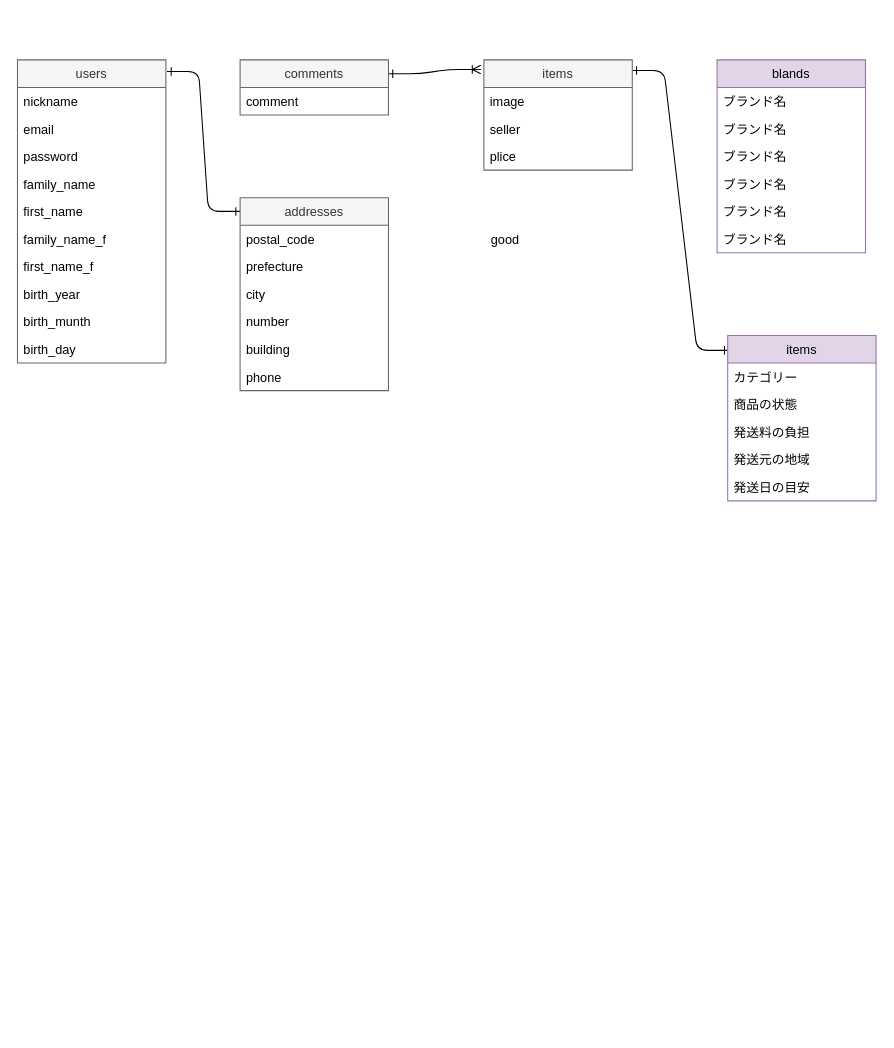
The draw.io diagram er.drawio in airi0623/furima-29182, before the edit. Source tidied: cells renumbered, new cells numbered last; positions are measured from the earlier drawing's top-left corner, leaving out a move shared by most shapes. Both pictures are drawn from the tidied source at 106%, with x=0, y=0 at pixel (17, 59).
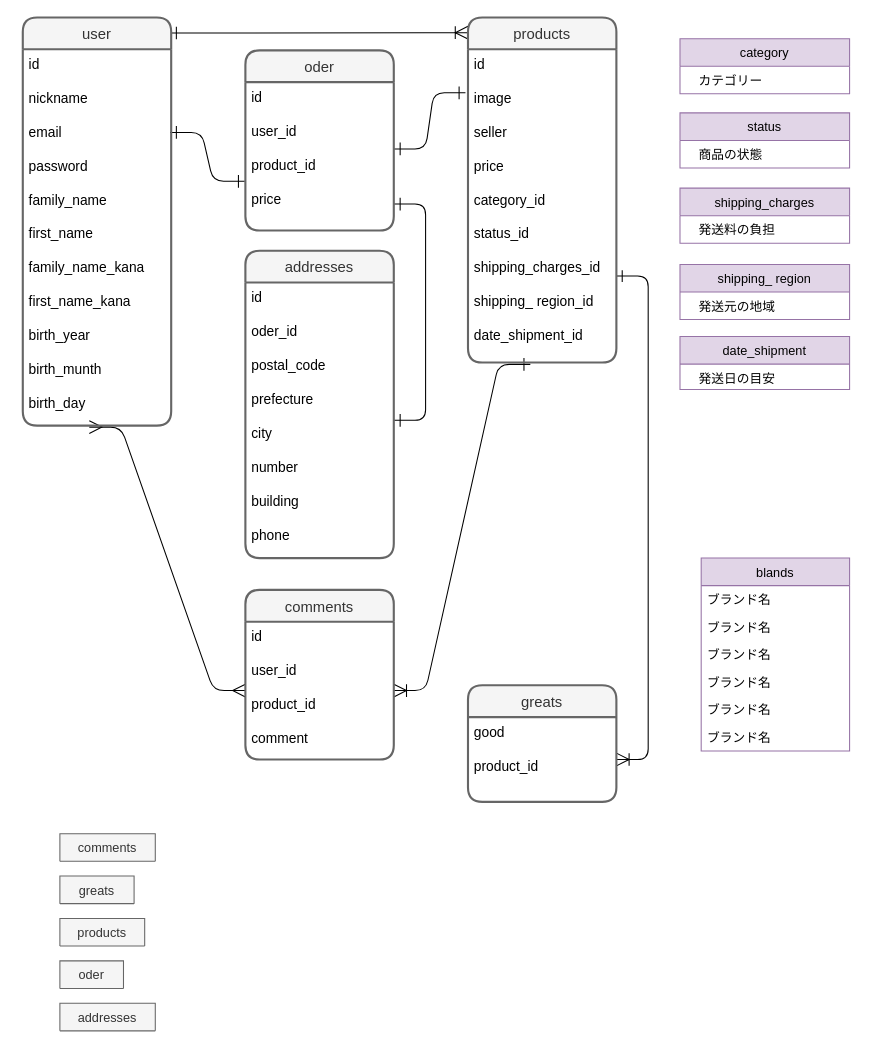
The same page after the edit.

The edit, as a diff of the source:
```diff
@@
-    <mxCell id="2" value="good" style="text;strokeColor=none;fillColor=none;align=left;verticalAlign=top;spacingLeft=4;spacingRight=4;overflow=hidden;" parent="1" vertex="1">
-      <mxGeometry x="441" y="156" width="140" height="26" as="geometry" />
-    </mxCell>
-    <mxCell id="3" style="edgeStyle=entityRelationEdgeStyle;fontSize=12;html=1;endArrow=ERone;startArrow=ERone;startFill=0;exitX=1.007;exitY=0.038;exitDx=0;exitDy=0;exitPerimeter=0;entryX=0;entryY=0.071;entryDx=0;entryDy=0;entryPerimeter=0;endFill=0;" parent="1" edge="1" source="6" target="23">
-      <mxGeometry relative="1" as="geometry" />
-    </mxCell>
-    <mxCell id="4" style="edgeStyle=entityRelationEdgeStyle;fontSize=12;html=1;endArrow=ERone;startArrow=ERone;startFill=0;exitX=1.007;exitY=0.038;exitDx=0;exitDy=0;exitPerimeter=0;endFill=0;entryX=0.007;entryY=0.09;entryDx=0;entryDy=0;entryPerimeter=0;" parent="1" edge="1" target="37">
-      <mxGeometry relative="1" as="geometry">
-        <mxPoint x="580" y="10" as="sourcePoint" />
-      </mxGeometry>
-    </mxCell>
-    <mxCell id="5" style="edgeStyle=entityRelationEdgeStyle;fontSize=12;html=1;endArrow=ERoneToMany;startArrow=ERone;startFill=0;exitX=1;exitY=0.25;exitDx=0;exitDy=0;endFill=0;entryX=-0.021;entryY=0.087;entryDx=0;entryDy=0;entryPerimeter=0;" parent="1" edge="1" source="17" target="19">
-      <mxGeometry relative="1" as="geometry" />
-    </mxCell>
-    <mxCell id="6" value="users" style="swimlane;fontStyle=0;horizontal=1;startSize=26;fillColor=#f5f5f5;strokeColor=#666666;fontColor=#333333;" parent="1" vertex="1">
-      <mxGeometry width="140" height="286" as="geometry" />
-    </mxCell>
-    <mxCell id="7" value="nickname" style="text;strokeColor=none;fillColor=none;align=left;verticalAlign=top;spacingLeft=4;spacingRight=4;overflow=hidden;" parent="6" vertex="1">
-      <mxGeometry y="26" width="140" height="26" as="geometry" />
-    </mxCell>
-    <mxCell id="8" value="email" style="text;strokeColor=none;fillColor=none;align=left;verticalAlign=top;spacingLeft=4;spacingRight=4;overflow=hidden;" parent="6" vertex="1">
-      <mxGeometry y="52" width="140" height="26" as="geometry" />
-    </mxCell>
-    <mxCell id="9" value="password" style="text;strokeColor=none;fillColor=none;align=left;verticalAlign=top;spacingLeft=4;spacingRight=4;overflow=hidden;" parent="6" vertex="1">
-      <mxGeometry y="78" width="140" height="26" as="geometry" />
-    </mxCell>
-    <mxCell id="10" value="family_name" style="text;strokeColor=none;fillColor=none;align=left;verticalAlign=top;spacingLeft=4;spacingRight=4;overflow=hidden;" parent="6" vertex="1">
-      <mxGeometry y="104" width="140" height="26" as="geometry" />
-    </mxCell>
-    <mxCell id="11" value="first_name" style="text;strokeColor=none;fillColor=none;align=left;verticalAlign=top;spacingLeft=4;spacingRight=4;overflow=hidden;" parent="6" vertex="1">
-      <mxGeometry y="130" width="140" height="26" as="geometry" />
-    </mxCell>
-    <mxCell id="12" value="family_name_f" style="text;strokeColor=none;fillColor=none;align=left;verticalAlign=top;spacingLeft=4;spacingRight=4;overflow=hidden;" parent="6" vertex="1">
-      <mxGeometry y="156" width="140" height="26" as="geometry" />
-    </mxCell>
-    <mxCell id="13" value="first_name_f" style="text;strokeColor=none;fillColor=none;align=left;verticalAlign=top;spacingLeft=4;spacingRight=4;overflow=hidden;" parent="6" vertex="1">
-      <mxGeometry y="182" width="140" height="26" as="geometry" />
-    </mxCell>
-    <mxCell id="14" value="birth_year" style="text;strokeColor=none;fillColor=none;align=left;verticalAlign=top;spacingLeft=4;spacingRight=4;overflow=hidden;" parent="6" vertex="1">
-      <mxGeometry y="208" width="140" height="26" as="geometry" />
-    </mxCell>
-    <mxCell id="15" value="birth_munth " style="text;strokeColor=none;fillColor=none;align=left;verticalAlign=top;spacingLeft=4;spacingRight=4;overflow=hidden;" parent="6" vertex="1">
-      <mxGeometry y="234" width="140" height="26" as="geometry" />
-    </mxCell>
-    <mxCell id="16" value="birth_day" style="text;strokeColor=none;fillColor=none;align=left;verticalAlign=top;spacingLeft=4;spacingRight=4;overflow=hidden;" parent="6" vertex="1">
-      <mxGeometry y="260" width="140" height="26" as="geometry" />
-    </mxCell>
-    <mxCell id="17" value="comments" style="swimlane;fontStyle=0;horizontal=1;startSize=26;fillColor=#f5f5f5;strokeColor=#666666;fontColor=#333333;" parent="1" vertex="1">
-      <mxGeometry x="210" width="140" height="52" as="geometry" />
-    </mxCell>
-    <mxCell id="18" value="comment" style="text;strokeColor=none;fillColor=none;align=left;verticalAlign=top;spacingLeft=4;spacingRight=4;overflow=hidden;" parent="17" vertex="1">
-      <mxGeometry y="26" width="140" height="26" as="geometry" />
-    </mxCell>
-    <mxCell id="19" value="items" style="swimlane;fontStyle=0;horizontal=1;startSize=26;fillColor=#f5f5f5;strokeColor=#666666;fontColor=#333333;" parent="1" vertex="1">
-      <mxGeometry x="440" width="140" height="104" as="geometry" />
-    </mxCell>
-    <mxCell id="20" value="image" style="text;strokeColor=none;fillColor=none;align=left;verticalAlign=top;spacingLeft=4;spacingRight=4;overflow=hidden;" parent="19" vertex="1">
-      <mxGeometry y="26" width="140" height="26" as="geometry" />
-    </mxCell>
-    <mxCell id="21" value="seller" style="text;strokeColor=none;fillColor=none;align=left;verticalAlign=top;spacingLeft=4;spacingRight=4;overflow=hidden;" parent="19" vertex="1">
-      <mxGeometry y="52" width="140" height="26" as="geometry" />
-    </mxCell>
-    <mxCell id="22" value="plice&#10;" style="text;strokeColor=none;fillColor=none;align=left;verticalAlign=top;spacingLeft=4;spacingRight=4;overflow=hidden;" parent="19" vertex="1">
-      <mxGeometry y="78" width="140" height="26" as="geometry" />
-    </mxCell>
-    <mxCell id="23" value="addresses" style="swimlane;fontStyle=0;horizontal=1;startSize=26;fillColor=#f5f5f5;strokeColor=#666666;fontColor=#333333;" parent="1" vertex="1">
-      <mxGeometry x="210" y="130" width="140" height="182" as="geometry" />
-    </mxCell>
-    <mxCell id="24" value="postal_code" style="text;strokeColor=none;fillColor=none;align=left;verticalAlign=top;spacingLeft=4;spacingRight=4;overflow=hidden;" parent="23" vertex="1">
-      <mxGeometry y="26" width="140" height="26" as="geometry" />
-    </mxCell>
-    <mxCell id="25" value="prefecture" style="text;strokeColor=none;fillColor=none;align=left;verticalAlign=top;spacingLeft=4;spacingRight=4;overflow=hidden;" parent="23" vertex="1">
-      <mxGeometry y="52" width="140" height="26" as="geometry" />
-    </mxCell>
-    <mxCell id="26" value="city" style="text;strokeColor=none;fillColor=none;align=left;verticalAlign=top;spacingLeft=4;spacingRight=4;overflow=hidden;" parent="23" vertex="1">
-      <mxGeometry y="78" width="140" height="26" as="geometry" />
-    </mxCell>
-    <mxCell id="27" value="number" style="text;strokeColor=none;fillColor=none;align=left;verticalAlign=top;spacingLeft=4;spacingRight=4;overflow=hidden;" parent="23" vertex="1">
-      <mxGeometry y="104" width="140" height="26" as="geometry" />
-    </mxCell>
-    <mxCell id="28" value="building" style="text;strokeColor=none;fillColor=none;align=left;verticalAlign=top;spacingLeft=4;spacingRight=4;overflow=hidden;" parent="23" vertex="1">
-      <mxGeometry y="130" width="140" height="26" as="geometry" />
-    </mxCell>
-    <mxCell id="29" value="phone" style="text;strokeColor=none;fillColor=none;align=left;verticalAlign=top;spacingLeft=4;spacingRight=4;overflow=hidden;" parent="23" vertex="1">
-      <mxGeometry y="156" width="140" height="26" as="geometry" />
-    </mxCell>
+    <mxCell id="43" style="edgeStyle=entityRelationEdgeStyle;fontSize=12;html=1;endArrow=ERone;startArrow=ERone;startFill=0;endFill=0;entryX=-0.004;entryY=0.668;entryDx=0;entryDy=0;exitX=0.992;exitY=0.221;exitDx=0;exitDy=0;exitPerimeter=0;entryPerimeter=0;endSize=10;startSize=10;" parent="1" edge="1" source="56" target="62">
+      <mxGeometry relative="1" as="geometry" />
+    </mxCell>
+    <mxCell id="44" style="edgeStyle=entityRelationEdgeStyle;fontSize=12;html=1;endArrow=ERone;startArrow=ERone;startFill=0;exitX=1;exitY=0.5;exitDx=0;exitDy=0;endFill=0;endSize=10;startSize=10;" parent="1" edge="1" target="65">
+      <mxGeometry relative="1" as="geometry">
+        <mxPoint x="355" y="136" as="sourcePoint" />
+      </mxGeometry>
+    </mxCell>
+    <mxCell id="45" style="edgeStyle=entityRelationEdgeStyle;fontSize=12;html=1;endArrow=ERone;startArrow=ERone;startFill=0;entryX=-0.017;entryY=0.139;entryDx=0;entryDy=0;endFill=0;endSize=10;startSize=10;entryPerimeter=0;" parent="1" edge="1" target="60">
+      <mxGeometry relative="1" as="geometry">
+        <mxPoint x="355" y="84" as="sourcePoint" />
+      </mxGeometry>
+    </mxCell>
+    <mxCell id="37" value="category" style="swimlane;fontStyle=0;horizontal=1;startSize=26;fillColor=#e1d5e7;strokeColor=#9673a6;" parent="1" vertex="1">
+      <mxGeometry x="625" y="-20" width="160" height="52" as="geometry" />
+    </mxCell>
+    <mxCell id="39" value="　カテゴリー" style="text;strokeColor=none;fillColor=none;align=left;verticalAlign=top;spacingLeft=4;spacingRight=4;overflow=hidden;" parent="37" vertex="1">
+      <mxGeometry y="26" width="160" height="26" as="geometry" />
+    </mxCell>
+    <mxCell id="46" style="edgeStyle=entityRelationEdgeStyle;fontSize=12;html=1;endArrow=ERoneToMany;startArrow=ERone;exitX=0.992;exitY=0.038;exitDx=0;exitDy=0;startFill=0;exitPerimeter=0;entryX=0;entryY=0.044;entryDx=0;entryDy=0;entryPerimeter=0;endSize=10;startSize=10;" parent="1" edge="1" source="55" target="58">
+      <mxGeometry relative="1" as="geometry" />
+    </mxCell>
+    <mxCell id="47" style="edgeStyle=entityRelationEdgeStyle;fontSize=12;html=1;endArrow=ERone;startArrow=ERoneToMany;startFill=0;endFill=0;exitX=1;exitY=0.5;exitDx=0;exitDy=0;entryX=0.42;entryY=1.006;entryDx=0;entryDy=0;entryPerimeter=0;endSize=10;startSize=10;" parent="1" edge="1" source="68" target="60">
+      <mxGeometry relative="1" as="geometry" />
+    </mxCell>
     <mxCell id="30" value="blands" style="swimlane;fontStyle=0;horizontal=1;startSize=26;fillColor=#e1d5e7;strokeColor=#9673a6;" parent="1" vertex="1">
-      <mxGeometry x="660" width="140" height="182" as="geometry" />
+      <mxGeometry x="645" y="470" width="140" height="182" as="geometry" />
     </mxCell>
@@
-    <mxCell id="37" value="items" style="swimlane;fontStyle=0;horizontal=1;startSize=26;fillColor=#e1d5e7;strokeColor=#9673a6;" parent="1" vertex="1">
-      <mxGeometry x="670" y="260" width="140" height="156" as="geometry" />
-    </mxCell>
-    <mxCell id="38" value="カテゴリー" style="text;strokeColor=none;fillColor=none;align=left;verticalAlign=top;spacingLeft=4;spacingRight=4;overflow=hidden;" parent="37" vertex="1">
-      <mxGeometry y="26" width="140" height="26" as="geometry" />
-    </mxCell>
-    <mxCell id="39" value="商品の状態" style="text;strokeColor=none;fillColor=none;align=left;verticalAlign=top;spacingLeft=4;spacingRight=4;overflow=hidden;" parent="37" vertex="1">
-      <mxGeometry y="52" width="140" height="26" as="geometry" />
-    </mxCell>
+    <mxCell id="48" style="edgeStyle=entityRelationEdgeStyle;fontSize=12;html=1;endArrow=ERmany;startArrow=ERmany;startFill=0;endFill=0;entryX=0;entryY=0.5;entryDx=0;entryDy=0;exitX=0.448;exitY=1.004;exitDx=0;exitDy=0;exitPerimeter=0;endSize=10;startSize=10;" parent="1" edge="1" source="56" target="68">
+      <mxGeometry relative="1" as="geometry" />
+    </mxCell>
+    <mxCell id="49" style="edgeStyle=entityRelationEdgeStyle;fontSize=12;html=1;endArrow=ERoneToMany;startArrow=ERone;startFill=0;endFill=0;exitX=1;exitY=0.724;exitDx=0;exitDy=0;exitPerimeter=0;endSize=10;startSize=9;" parent="1" edge="1" source="60" target="71">
+      <mxGeometry relative="1" as="geometry" />
+    </mxCell>
+    <mxCell id="50" value="status" style="swimlane;fontStyle=0;horizontal=1;startSize=26;fillColor=#e1d5e7;strokeColor=#9673a6;" parent="1" vertex="1">
+      <mxGeometry x="625" y="50" width="160" height="52" as="geometry" />
+    </mxCell>
+    <mxCell id="51" value="　商品の状態" style="text;strokeColor=none;fillColor=none;align=left;verticalAlign=top;spacingLeft=4;spacingRight=4;overflow=hidden;" parent="50" vertex="1">
+      <mxGeometry y="26" width="160" height="26" as="geometry" />
+    </mxCell>
+    <mxCell id="52" value="shipping_charges" style="swimlane;fontStyle=0;horizontal=1;startSize=26;fillColor=#e1d5e7;strokeColor=#9673a6;" parent="1" vertex="1">
+      <mxGeometry x="625" y="121" width="160" height="52" as="geometry" />
+    </mxCell>
-    <mxCell id="40" value="発送料の負担" style="text;strokeColor=none;fillColor=none;align=left;verticalAlign=top;spacingLeft=4;spacingRight=4;overflow=hidden;" parent="37" vertex="1">
-      <mxGeometry y="78" width="140" height="26" as="geometry" />
+    <mxCell id="40" value="　発送料の負担" style="text;strokeColor=none;fillColor=none;align=left;verticalAlign=top;spacingLeft=4;spacingRight=4;overflow=hidden;" parent="52" vertex="1">
+      <mxGeometry y="26" width="160" height="26" as="geometry" />
     </mxCell>
+    <mxCell id="53" value="shipping_ region" style="swimlane;fontStyle=0;horizontal=1;startSize=26;fillColor=#e1d5e7;strokeColor=#9673a6;" parent="1" vertex="1">
+      <mxGeometry x="625" y="193" width="160" height="52" as="geometry" />
+    </mxCell>
-    <mxCell id="41" value="発送元の地域" style="text;strokeColor=none;fillColor=none;align=left;verticalAlign=top;spacingLeft=4;spacingRight=4;overflow=hidden;" parent="37" vertex="1">
-      <mxGeometry y="104" width="140" height="26" as="geometry" />
+    <mxCell id="41" value="　発送元の地域" style="text;strokeColor=none;fillColor=none;align=left;verticalAlign=top;spacingLeft=4;spacingRight=4;overflow=hidden;" parent="53" vertex="1">
+      <mxGeometry y="26" width="160" height="26" as="geometry" />
     </mxCell>
+    <mxCell id="54" value="date_shipment" style="swimlane;fontStyle=0;horizontal=1;startSize=26;fillColor=#e1d5e7;strokeColor=#9673a6;" parent="1" vertex="1">
+      <mxGeometry x="625" y="261" width="160" height="50" as="geometry" />
+    </mxCell>
-    <mxCell id="42" value="発送日の目安" style="text;strokeColor=none;fillColor=none;align=left;verticalAlign=top;spacingLeft=4;spacingRight=4;overflow=hidden;" parent="37" vertex="1">
-      <mxGeometry y="130" width="140" height="26" as="geometry" />
+    <mxCell id="42" value="　発送日の目安" style="text;strokeColor=none;fillColor=none;align=left;verticalAlign=top;spacingLeft=4;spacingRight=4;overflow=hidden;" parent="54" vertex="1">
+      <mxGeometry y="26" width="160" height="24" as="geometry" />
     </mxCell>
+    <mxCell id="55" value="user" style="swimlane;horizontal=1;startSize=30;rounded=1;fontSize=14;fontStyle=0;strokeWidth=2;shadow=0;dashed=0;align=center;fillColor=#f5f5f5;strokeColor=#666666;fontColor=#333333;" parent="1" vertex="1">
+      <mxGeometry x="5" y="-40" width="140" height="385" as="geometry" />
+    </mxCell>
+    <mxCell id="56" value="id&#10;&#10;nickname&#10;&#10;email&#10;&#10;password&#10;&#10;family_name&#10;&#10;first_name&#10;&#10;family_name_kana&#10;&#10;first_name_kana&#10;&#10;birth_year&#10;&#10;birth_munth &#10;&#10;birth_day&#10;&#10;" style="align=left;strokeColor=none;fillColor=none;spacingLeft=4;fontSize=13;verticalAlign=top;" parent="55" vertex="1">
+      <mxGeometry y="30" width="140" height="355" as="geometry" />
+    </mxCell>
+    <mxCell id="57" style="edgeStyle=orthogonalEdgeStyle;rounded=0;orthogonalLoop=1;jettySize=auto;html=1;exitX=0.5;exitY=1;exitDx=0;exitDy=0;startArrow=ERmany;startFill=0;endArrow=ERoneToMany;endFill=0;fontSize=13;" parent="55" edge="1" source="56" target="56">
+      <mxGeometry relative="1" as="geometry" />
+    </mxCell>
+    <mxCell id="58" value="products" style="swimlane;horizontal=1;startSize=30;rounded=1;fontSize=14;fontStyle=0;strokeWidth=2;shadow=0;dashed=0;align=center;fillColor=#f5f5f5;strokeColor=#666666;fontColor=#333333;" parent="1" vertex="1">
+      <mxGeometry x="425" y="-40" width="140" height="325.5" as="geometry" />
+    </mxCell>
+    <mxCell id="59" style="edgeStyle=orthogonalEdgeStyle;rounded=0;orthogonalLoop=1;jettySize=auto;html=1;exitX=0.5;exitY=1;exitDx=0;exitDy=0;startArrow=ERmany;startFill=0;endArrow=ERoneToMany;endFill=0;fontSize=13;" parent="58" edge="1" source="60" target="60">
+      <mxGeometry relative="1" as="geometry" />
+    </mxCell>
+    <mxCell id="60" value="id&#10;&#10;image&#10;&#10;seller&#10;&#10;price&#10;&#10;category_id&#10;&#10;status_id&#10;&#10;shipping_charges_id&#10;&#10;shipping_ region_id&#10;&#10;date_shipment_id&#10;" style="align=left;strokeColor=none;fillColor=none;spacingLeft=4;fontSize=13;verticalAlign=top;" parent="58" vertex="1">
+      <mxGeometry y="30" width="140" height="295.5" as="geometry" />
+    </mxCell>
+    <mxCell id="61" value="oder" style="swimlane;horizontal=1;startSize=30;rounded=1;fontSize=14;fontStyle=0;strokeWidth=2;shadow=0;dashed=0;align=center;fillColor=#f5f5f5;strokeColor=#666666;fontColor=#333333;" parent="1" vertex="1">
+      <mxGeometry x="215" y="-9" width="140" height="170" as="geometry" />
+    </mxCell>
+    <mxCell id="62" value="id&#10;&#10;user_id&#10;&#10;product_id&#10;&#10;price&#10;&#10;" style="align=left;strokeColor=none;fillColor=none;spacingLeft=4;fontSize=13;verticalAlign=top;" parent="61" vertex="1">
+      <mxGeometry y="30" width="140" height="140" as="geometry" />
+    </mxCell>
+    <mxCell id="63" style="edgeStyle=orthogonalEdgeStyle;rounded=0;orthogonalLoop=1;jettySize=auto;html=1;exitX=0.5;exitY=1;exitDx=0;exitDy=0;startArrow=ERmany;startFill=0;endArrow=ERoneToMany;endFill=0;fontSize=13;" parent="61" edge="1" source="62" target="62">
+      <mxGeometry relative="1" as="geometry" />
+    </mxCell>
+    <mxCell id="64" value="addresses" style="swimlane;horizontal=1;startSize=30;rounded=1;fontSize=14;fontStyle=0;strokeWidth=2;shadow=0;dashed=0;align=center;fillColor=#f5f5f5;strokeColor=#666666;fontColor=#333333;" parent="1" vertex="1">
+      <mxGeometry x="215" y="180" width="140" height="290" as="geometry" />
+    </mxCell>
+    <mxCell id="65" value="id&#10;&#10;oder_id&#10;&#10;postal_code&#10;&#10;prefecture&#10;&#10;city&#10;&#10;number&#10;&#10;building&#10;&#10;phone&#10;&#10;" style="align=left;strokeColor=none;fillColor=none;spacingLeft=4;fontSize=13;verticalAlign=top;" parent="64" vertex="1">
+      <mxGeometry y="30" width="140" height="260" as="geometry" />
+    </mxCell>
+    <mxCell id="66" style="edgeStyle=orthogonalEdgeStyle;rounded=0;orthogonalLoop=1;jettySize=auto;html=1;exitX=0.5;exitY=1;exitDx=0;exitDy=0;startArrow=ERmany;startFill=0;endArrow=ERoneToMany;endFill=0;fontSize=13;" parent="64" edge="1" source="65" target="65">
+      <mxGeometry relative="1" as="geometry" />
+    </mxCell>
+    <mxCell id="67" value="comments" style="swimlane;horizontal=1;startSize=30;rounded=1;fontSize=14;fontStyle=0;strokeWidth=2;shadow=0;dashed=0;align=center;fillColor=#f5f5f5;strokeColor=#666666;fontColor=#333333;" parent="1" vertex="1">
+      <mxGeometry x="215" y="500" width="140" height="160" as="geometry" />
+    </mxCell>
+    <mxCell id="68" value="id&#10;&#10;user_id&#10;&#10;product_id&#10;&#10;comment&#10;" style="align=left;strokeColor=none;fillColor=none;spacingLeft=4;fontSize=13;verticalAlign=top;" parent="67" vertex="1">
+      <mxGeometry y="30" width="140" height="130" as="geometry" />
+    </mxCell>
+    <mxCell id="69" style="edgeStyle=orthogonalEdgeStyle;rounded=0;orthogonalLoop=1;jettySize=auto;html=1;exitX=0.5;exitY=1;exitDx=0;exitDy=0;startArrow=ERmany;startFill=0;endArrow=ERoneToMany;endFill=0;fontSize=13;" parent="67" edge="1" source="68" target="68">
+      <mxGeometry relative="1" as="geometry" />
+    </mxCell>
+    <mxCell id="70" value="greats" style="swimlane;horizontal=1;startSize=30;rounded=1;fontSize=14;fontStyle=0;strokeWidth=2;shadow=0;dashed=0;align=center;fillColor=#f5f5f5;strokeColor=#666666;fontColor=#333333;" parent="1" vertex="1">
+      <mxGeometry x="425" y="590" width="140" height="110" as="geometry" />
+    </mxCell>
+    <mxCell id="71" value="good&#10;&#10;product_id" style="align=left;strokeColor=none;fillColor=none;spacingLeft=4;fontSize=13;verticalAlign=top;" parent="70" vertex="1">
+      <mxGeometry y="30" width="140" height="80" as="geometry" />
+    </mxCell>
+    <mxCell id="72" style="edgeStyle=orthogonalEdgeStyle;rounded=0;orthogonalLoop=1;jettySize=auto;html=1;exitX=0.5;exitY=1;exitDx=0;exitDy=0;startArrow=ERmany;startFill=0;endArrow=ERoneToMany;endFill=0;fontSize=13;" parent="70" edge="1" source="71" target="71">
+      <mxGeometry relative="1" as="geometry" />
+    </mxCell>
+    <mxCell id="73" value="greats" style="swimlane;fontStyle=0;horizontal=1;startSize=26;fillColor=#f5f5f5;strokeColor=#666666;fontColor=#333333;" parent="1" vertex="1" collapsed="1">
+      <mxGeometry x="40" y="770" width="70" height="26" as="geometry" />
+    </mxCell>
+    <mxCell id="17" value="comments" style="swimlane;fontStyle=0;horizontal=1;startSize=26;fillColor=#f5f5f5;strokeColor=#666666;fontColor=#333333;" parent="1" vertex="1" collapsed="1">
+      <mxGeometry x="40" y="730" width="90" height="26" as="geometry" />
+    </mxCell>
+    <mxCell id="74" value="products" style="swimlane;fontStyle=0;horizontal=1;startSize=26;fillColor=#f5f5f5;strokeColor=#666666;fontColor=#333333;" parent="1" vertex="1" collapsed="1">
+      <mxGeometry x="40" y="810" width="80" height="26" as="geometry" />
+    </mxCell>
+    <mxCell id="75" value="oder" style="swimlane;fontStyle=0;horizontal=1;startSize=26;fillColor=#f5f5f5;strokeColor=#666666;fontColor=#333333;" parent="1" vertex="1" collapsed="1">
+      <mxGeometry x="40" y="850" width="60" height="26" as="geometry" />
+    </mxCell>
+    <mxCell id="23" value="addresses" style="swimlane;fontStyle=0;horizontal=1;startSize=26;fillColor=#f5f5f5;strokeColor=#666666;fontColor=#333333;" parent="1" vertex="1" collapsed="1">
+      <mxGeometry x="40" y="890" width="90" height="26" as="geometry" />
+    </mxCell>
```
